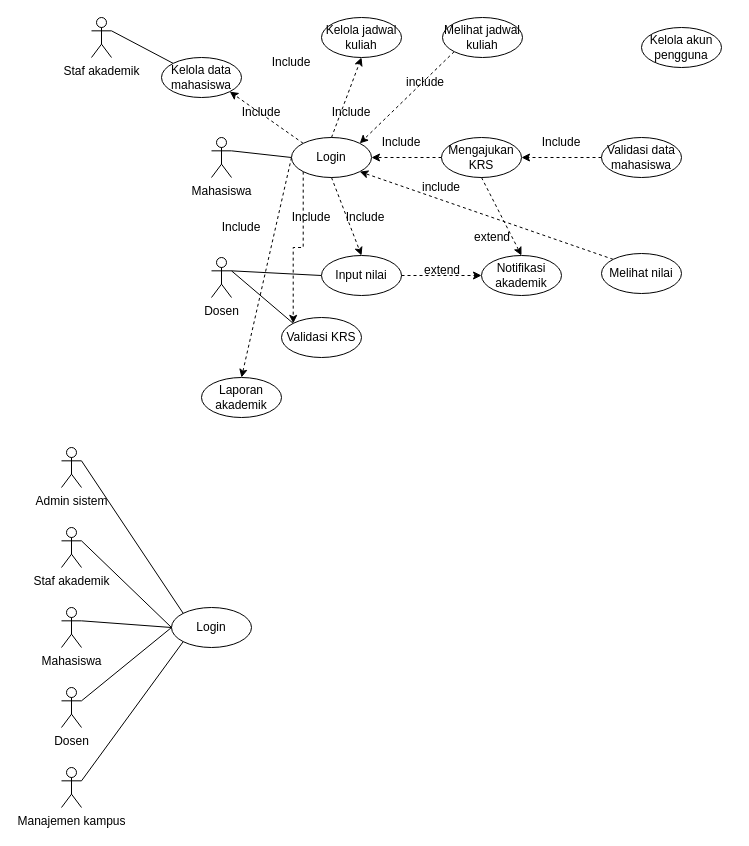
The draw.io diagram Use Case SADS.drawio in yogadwipayana/ERD, before the edit. Source tidied: cells renumbered, new cells numbered last; positions are measured from the earlier drawing's top-left corner, leaving out a move shared by most shapes. Both pictures are drawn from the tidied source at 100%, with x=0, y=0 at pixel (61, 17).
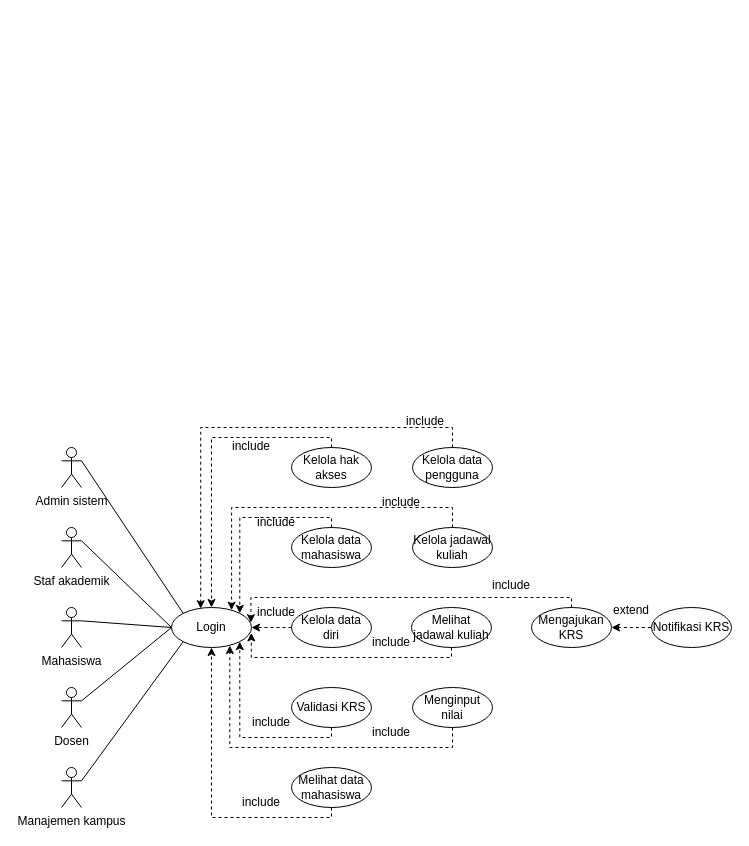
After the change.

The change refers to these unchanged cells:
```xml
<mxCell id="46" value="Login" style="ellipse;whiteSpace=wrap;html=1;fontSize=12;" parent="1" vertex="1">
  <mxGeometry x="110" y="590" width="80" height="40" as="geometry" />
</mxCell>
```

Change to the diagram source:
```diff
@@
-    <mxCell id="2" style="rounded=0;jettySize=auto;html=1;exitX=1;exitY=0.3333333333333333;exitDx=0;exitDy=0;exitPerimeter=0;entryX=0;entryY=0.5;entryDx=0;entryDy=0;endArrow=none;endFill=0;" parent="1" edge="1" source="3" target="16">
-      <mxGeometry relative="1" as="geometry" />
-    </mxCell>
-    <mxCell id="3" value="Dosen" style="shape=umlActor;verticalLabelPosition=bottom;verticalAlign=top;html=1;outlineConnect=0;" parent="1" vertex="1">
-      <mxGeometry x="150" y="240" width="20" height="40" as="geometry" />
-    </mxCell>
@@
-    <mxCell id="5" style="rounded=0;jettySize=auto;html=1;exitX=1;exitY=0.3333333333333333;exitDx=0;exitDy=0;exitPerimeter=0;entryX=0;entryY=0.5;entryDx=0;entryDy=0;endArrow=none;endFill=0;" parent="1" edge="1" source="6" target="26">
-      <mxGeometry relative="1" as="geometry" />
-    </mxCell>
-    <mxCell id="6" value="Mahasiswa" style="shape=umlActor;verticalLabelPosition=bottom;verticalAlign=top;html=1;outlineConnect=0;" parent="1" vertex="1">
-      <mxGeometry x="150" y="120" width="20" height="40" as="geometry" />
-    </mxCell>
@@
-    <mxCell id="8" style="rounded=0;jettySize=auto;html=1;exitX=1;exitY=0.3333333333333333;exitDx=0;exitDy=0;exitPerimeter=0;entryX=0;entryY=0;entryDx=0;entryDy=0;endArrow=none;endFill=0;" parent="1" edge="1" source="9" target="18">
-      <mxGeometry relative="1" as="geometry" />
-    </mxCell>
-    <mxCell id="9" value="Staf akademik" style="shape=umlActor;verticalLabelPosition=bottom;verticalAlign=top;html=1;outlineConnect=0;" parent="1" vertex="1">
-      <mxGeometry x="30" width="20" height="40" as="geometry" />
-    </mxCell>
-    <mxCell id="10" style="edgeStyle=orthogonalEdgeStyle;rounded=0;jettySize=auto;html=1;exitX=0;exitY=0.5;exitDx=0;exitDy=0;entryX=1;entryY=0.5;entryDx=0;entryDy=0;dashed=1;" parent="1" edge="1" source="11" target="26">
-      <mxGeometry relative="1" as="geometry" />
-    </mxCell>
-    <mxCell id="11" value="Mengajukan KRS" style="ellipse;whiteSpace=wrap;html=1;fontSize=12;" parent="1" vertex="1">
-      <mxGeometry x="380" y="120" width="80" height="40" as="geometry" />
-    </mxCell>
-    <mxCell id="12" style="rounded=0;jettySize=auto;html=1;exitX=0;exitY=1;exitDx=0;exitDy=0;entryX=1;entryY=0;entryDx=0;entryDy=0;dashed=1;" parent="1" edge="1" source="13" target="26">
-      <mxGeometry relative="1" as="geometry" />
-    </mxCell>
-    <mxCell id="13" value="Melihat jadwal kuliah" style="ellipse;whiteSpace=wrap;html=1;fontSize=12;" parent="1" vertex="1">
-      <mxGeometry x="381" width="80" height="40" as="geometry" />
-    </mxCell>
-    <mxCell id="14" style="rounded=0;jettySize=auto;html=1;exitX=0;exitY=0;exitDx=0;exitDy=0;entryX=1;entryY=1;entryDx=0;entryDy=0;dashed=1;" parent="1" edge="1" source="15" target="26">
-      <mxGeometry relative="1" as="geometry" />
-    </mxCell>
-    <mxCell id="15" value="Melihat nilai" style="ellipse;whiteSpace=wrap;html=1;fontSize=12;" parent="1" vertex="1">
-      <mxGeometry x="540" y="236" width="80" height="40" as="geometry" />
-    </mxCell>
-    <mxCell id="16" value="Input nilai" style="ellipse;whiteSpace=wrap;html=1;fontSize=12;" parent="1" vertex="1">
-      <mxGeometry x="260" y="238" width="80" height="40" as="geometry" />
-    </mxCell>
-    <mxCell id="17" value="Validasi KRS" style="ellipse;whiteSpace=wrap;html=1;fontSize=12;" parent="1" vertex="1">
-      <mxGeometry x="220" y="300" width="80" height="40" as="geometry" />
-    </mxCell>
-    <mxCell id="18" value="Kelola data mahasiswa" style="ellipse;whiteSpace=wrap;html=1;fontSize=12;" parent="1" vertex="1">
-      <mxGeometry x="100" y="40" width="80" height="40" as="geometry" />
-    </mxCell>
-    <mxCell id="19" value="Kelola jadwal kuliah" style="ellipse;whiteSpace=wrap;html=1;fontSize=12;" parent="1" vertex="1">
-      <mxGeometry x="260" width="80" height="40" as="geometry" />
-    </mxCell>
-    <mxCell id="20" value="Kelola akun pengguna" style="ellipse;whiteSpace=wrap;html=1;fontSize=12;" parent="1" vertex="1">
-      <mxGeometry x="580" y="10" width="80" height="40" as="geometry" />
-    </mxCell>
-    <mxCell id="21" value="Laporan akademik" style="ellipse;whiteSpace=wrap;html=1;fontSize=12;" parent="1" vertex="1">
-      <mxGeometry x="140" y="360" width="80" height="40" as="geometry" />
-    </mxCell>
-    <mxCell id="22" value="Notifikasi akademik" style="ellipse;whiteSpace=wrap;html=1;fontSize=12;" parent="1" vertex="1">
-      <mxGeometry x="420" y="238" width="80" height="40" as="geometry" />
-    </mxCell>
-    <mxCell id="23" style="rounded=0;jettySize=auto;html=1;exitX=0;exitY=0;exitDx=0;exitDy=0;entryX=1;entryY=1;entryDx=0;entryDy=0;dashed=1;" parent="1" edge="1" source="26" target="18">
-      <mxGeometry relative="1" as="geometry" />
-    </mxCell>
-    <mxCell id="24" style="edgeStyle=orthogonalEdgeStyle;rounded=0;jettySize=auto;html=1;exitX=0;exitY=1;exitDx=0;exitDy=0;entryX=0;entryY=0;entryDx=0;entryDy=0;dashed=1;" parent="1" edge="1" source="26" target="17">
-      <mxGeometry relative="1" as="geometry" />
-    </mxCell>
-    <mxCell id="25" style="rounded=0;jettySize=auto;html=1;exitX=0;exitY=0.5;exitDx=0;exitDy=0;entryX=0.5;entryY=0;entryDx=0;entryDy=0;dashed=1;" parent="1" edge="1" source="26" target="21">
-      <mxGeometry relative="1" as="geometry" />
-    </mxCell>
-    <mxCell id="26" value="Login" style="ellipse;whiteSpace=wrap;html=1;fontSize=12;" parent="1" vertex="1">
-      <mxGeometry x="230" y="120" width="80" height="40" as="geometry" />
-    </mxCell>
-    <mxCell id="27" value="Include" style="text;html=1;whiteSpace=wrap;strokeColor=none;fillColor=none;align=center;verticalAlign=middle;rounded=0;" parent="1" vertex="1">
-      <mxGeometry x="310" y="110" width="60" height="30" as="geometry" />
-    </mxCell>
-    <mxCell id="28" style="rounded=0;jettySize=auto;html=1;exitX=0;exitY=0.5;exitDx=0;exitDy=0;entryX=1;entryY=0.5;entryDx=0;entryDy=0;dashed=1;" parent="1" edge="1" source="29" target="11">
-      <mxGeometry relative="1" as="geometry" />
-    </mxCell>
-    <mxCell id="29" value="Validasi data mahasiswa" style="ellipse;whiteSpace=wrap;html=1;fontSize=12;" parent="1" vertex="1">
-      <mxGeometry x="540" y="120" width="80" height="40" as="geometry" />
-    </mxCell>
-    <mxCell id="30" style="rounded=0;jettySize=auto;html=1;exitX=0.5;exitY=1;exitDx=0;exitDy=0;entryX=0.5;entryY=0;entryDx=0;entryDy=0;dashed=1;" parent="1" edge="1" source="26" target="16">
-      <mxGeometry relative="1" as="geometry" />
-    </mxCell>
-    <mxCell id="31" value="Include" style="text;html=1;whiteSpace=wrap;strokeColor=none;fillColor=none;align=center;verticalAlign=middle;rounded=0;" parent="1" vertex="1">
-      <mxGeometry x="274" y="185" width="60" height="30" as="geometry" />
-    </mxCell>
-    <mxCell id="32" style="rounded=0;jettySize=auto;html=1;exitX=0.5;exitY=0;exitDx=0;exitDy=0;entryX=0.5;entryY=1;entryDx=0;entryDy=0;dashed=1;" parent="1" edge="1" source="26" target="19">
-      <mxGeometry relative="1" as="geometry" />
-    </mxCell>
-    <mxCell id="33" value="Include" style="text;html=1;whiteSpace=wrap;strokeColor=none;fillColor=none;align=center;verticalAlign=middle;rounded=0;" parent="1" vertex="1">
-      <mxGeometry x="260" y="80" width="60" height="30" as="geometry" />
-    </mxCell>
-    <mxCell id="34" style="rounded=0;jettySize=auto;html=1;exitX=0.5;exitY=1;exitDx=0;exitDy=0;dashed=1;entryX=0.5;entryY=0;entryDx=0;entryDy=0;" parent="1" edge="1" source="11" target="22">
-      <mxGeometry relative="1" as="geometry" />
-    </mxCell>
-    <mxCell id="35" value="extend" style="text;html=1;whiteSpace=wrap;strokeColor=none;fillColor=none;align=center;verticalAlign=middle;rounded=0;" parent="1" vertex="1">
-      <mxGeometry x="401" y="205" width="60" height="30" as="geometry" />
-    </mxCell>
-    <mxCell id="36" style="edgeStyle=orthogonalEdgeStyle;rounded=0;jettySize=auto;html=1;dashed=1;entryX=0;entryY=0.5;entryDx=0;entryDy=0;exitX=1;exitY=0.5;exitDx=0;exitDy=0;" parent="1" edge="1" source="16" target="22">
-      <mxGeometry relative="1" as="geometry" />
-    </mxCell>
-    <mxCell id="37" value="extend" style="text;html=1;whiteSpace=wrap;strokeColor=none;fillColor=none;align=center;verticalAlign=middle;rounded=0;" parent="1" vertex="1">
-      <mxGeometry x="351" y="238" width="60" height="30" as="geometry" />
-    </mxCell>
-    <mxCell id="38" value="include" style="text;html=1;whiteSpace=wrap;strokeColor=none;fillColor=none;align=center;verticalAlign=middle;rounded=0;" parent="1" vertex="1">
-      <mxGeometry x="334" y="50" width="60" height="30" as="geometry" />
-    </mxCell>
-    <mxCell id="39" value="include" style="text;html=1;whiteSpace=wrap;strokeColor=none;fillColor=none;align=center;verticalAlign=middle;rounded=0;" parent="1" vertex="1">
-      <mxGeometry x="350" y="155" width="60" height="30" as="geometry" />
-    </mxCell>
-    <mxCell id="40" style="rounded=0;jettySize=auto;html=1;exitX=1;exitY=0.3333333333333333;exitDx=0;exitDy=0;exitPerimeter=0;entryX=0;entryY=0;entryDx=0;entryDy=0;endArrow=none;endFill=0;" parent="1" edge="1" source="3" target="17">
-      <mxGeometry relative="1" as="geometry" />
-    </mxCell>
-    <mxCell id="41" value="Include" style="text;html=1;whiteSpace=wrap;strokeColor=none;fillColor=none;align=center;verticalAlign=middle;rounded=0;" parent="1" vertex="1">
-      <mxGeometry x="170" y="80" width="60" height="30" as="geometry" />
-    </mxCell>
-    <mxCell id="42" value="Include" style="text;html=1;whiteSpace=wrap;strokeColor=none;fillColor=none;align=center;verticalAlign=middle;rounded=0;" parent="1" vertex="1">
-      <mxGeometry x="220" y="185" width="60" height="30" as="geometry" />
-    </mxCell>
-    <mxCell id="43" value="Include" style="text;html=1;whiteSpace=wrap;strokeColor=none;fillColor=none;align=center;verticalAlign=middle;rounded=0;" parent="1" vertex="1">
-      <mxGeometry x="150" y="195" width="60" height="30" as="geometry" />
-    </mxCell>
-    <mxCell id="44" value="Include" style="text;html=1;whiteSpace=wrap;strokeColor=none;fillColor=none;align=center;verticalAlign=middle;rounded=0;" parent="1" vertex="1">
-      <mxGeometry x="200" y="30" width="60" height="30" as="geometry" />
-    </mxCell>
-    <mxCell id="45" value="Include" style="text;html=1;whiteSpace=wrap;strokeColor=none;fillColor=none;align=center;verticalAlign=middle;rounded=0;" parent="1" vertex="1">
-      <mxGeometry x="470" y="110" width="60" height="30" as="geometry" />
-    </mxCell>
@@
+    <mxCell id="55" style="rounded=0;jettySize=auto;html=1;exitX=1;exitY=0.5;exitDx=0;exitDy=0;entryX=0;entryY=0.5;entryDx=0;entryDy=0;curved=0;strokeColor=default;startArrow=classic;startFill=1;endArrow=none;endFill=0;dashed=1;" parent="1" edge="1" source="11" target="68">
+      <mxGeometry relative="1" as="geometry" />
+    </mxCell>
+    <mxCell id="11" value="Mengajukan KRS" style="ellipse;whiteSpace=wrap;html=1;fontSize=12;" parent="1" vertex="1">
+      <mxGeometry x="470" y="590" width="80" height="40" as="geometry" />
+    </mxCell>
+    <mxCell id="56" style="edgeStyle=orthogonalEdgeStyle;rounded=0;jettySize=auto;html=1;exitX=0;exitY=0.5;exitDx=0;exitDy=0;entryX=1;entryY=0.5;entryDx=0;entryDy=0;dashed=1;" parent="1" edge="1" source="57" target="46">
+      <mxGeometry relative="1" as="geometry" />
+    </mxCell>
+    <mxCell id="57" value="Kelola data diri" style="ellipse;whiteSpace=wrap;html=1;fontSize=12;" parent="1" vertex="1">
+      <mxGeometry x="230" y="590" width="80" height="40" as="geometry" />
+    </mxCell>
+    <mxCell id="58" value="Melihat jadawal kuliah" style="ellipse;whiteSpace=wrap;html=1;fontSize=12;" parent="1" vertex="1">
+      <mxGeometry x="350" y="590" width="80" height="40" as="geometry" />
+    </mxCell>
+    <mxCell id="59" style="edgeStyle=orthogonalEdgeStyle;rounded=0;jettySize=auto;html=1;exitX=0.5;exitY=1;exitDx=0;exitDy=0;entryX=1;entryY=1;entryDx=0;entryDy=0;dashed=1;" parent="1" edge="1" source="17" target="46">
+      <mxGeometry relative="1" as="geometry">
+        <Array as="points">
+          <mxPoint x="270" y="720" />
+          <mxPoint x="178" y="720" />
+        </Array>
+      </mxGeometry>
+    </mxCell>
+    <mxCell id="17" value="Validasi KRS" style="ellipse;whiteSpace=wrap;html=1;fontSize=12;" parent="1" vertex="1">
+      <mxGeometry x="230" y="670" width="80" height="40" as="geometry" />
+    </mxCell>
+    <mxCell id="60" value="Menginput nilai" style="ellipse;whiteSpace=wrap;html=1;fontSize=12;" parent="1" vertex="1">
+      <mxGeometry x="351" y="670" width="80" height="40" as="geometry" />
+    </mxCell>
+    <mxCell id="61" style="edgeStyle=orthogonalEdgeStyle;rounded=0;jettySize=auto;html=1;exitX=0.5;exitY=0;exitDx=0;exitDy=0;entryX=1;entryY=0;entryDx=0;entryDy=0;dashed=1;" parent="1" edge="1" source="18" target="46">
+      <mxGeometry relative="1" as="geometry">
+        <Array as="points">
+          <mxPoint x="270" y="500" />
+          <mxPoint x="178" y="500" />
+        </Array>
+      </mxGeometry>
+    </mxCell>
+    <mxCell id="18" value="Kelola data mahasiswa" style="ellipse;whiteSpace=wrap;html=1;fontSize=12;" parent="1" vertex="1">
+      <mxGeometry x="230" y="510" width="80" height="40" as="geometry" />
+    </mxCell>
+    <mxCell id="62" value="Kelola jadawal kuliah" style="ellipse;whiteSpace=wrap;html=1;fontSize=12;" parent="1" vertex="1">
+      <mxGeometry x="351" y="510" width="80" height="40" as="geometry" />
+    </mxCell>
+    <mxCell id="63" style="edgeStyle=orthogonalEdgeStyle;rounded=0;jettySize=auto;html=1;exitX=0.5;exitY=0;exitDx=0;exitDy=0;entryX=0.5;entryY=0;entryDx=0;entryDy=0;dashed=1;" parent="1" edge="1" source="64" target="46">
+      <mxGeometry relative="1" as="geometry">
+        <Array as="points">
+          <mxPoint x="270" y="420" />
+          <mxPoint x="150" y="420" />
+        </Array>
+      </mxGeometry>
+    </mxCell>
+    <mxCell id="64" value="Kelola hak akses" style="ellipse;whiteSpace=wrap;html=1;fontSize=12;" parent="1" vertex="1">
+      <mxGeometry x="230" y="430" width="80" height="40" as="geometry" />
+    </mxCell>
+    <mxCell id="65" value="Kelola data pengguna" style="ellipse;whiteSpace=wrap;html=1;fontSize=12;" parent="1" vertex="1">
+      <mxGeometry x="351" y="430" width="80" height="40" as="geometry" />
+    </mxCell>
+    <mxCell id="66" style="edgeStyle=orthogonalEdgeStyle;rounded=0;jettySize=auto;html=1;exitX=0.5;exitY=1;exitDx=0;exitDy=0;entryX=0.5;entryY=1;entryDx=0;entryDy=0;dashed=1;" parent="1" edge="1" source="67" target="46">
+      <mxGeometry relative="1" as="geometry">
+        <Array as="points">
+          <mxPoint x="270" y="800" />
+          <mxPoint x="150" y="800" />
+        </Array>
+      </mxGeometry>
+    </mxCell>
+    <mxCell id="67" value="Melihat data mahasiswa" style="ellipse;whiteSpace=wrap;html=1;fontSize=12;" parent="1" vertex="1">
+      <mxGeometry x="230" y="750" width="80" height="40" as="geometry" />
+    </mxCell>
+    <mxCell id="68" value="Notifikasi KRS" style="ellipse;whiteSpace=wrap;html=1;fontSize=12;" parent="1" vertex="1">
+      <mxGeometry x="590" y="590" width="80" height="40" as="geometry" />
+    </mxCell>
+    <mxCell id="69" value="extend" style="text;html=1;whiteSpace=wrap;strokeColor=none;fillColor=none;align=center;verticalAlign=middle;rounded=0;" parent="1" vertex="1">
+      <mxGeometry x="540" y="578" width="60" height="30" as="geometry" />
+    </mxCell>
+    <mxCell id="70" value="include" style="text;html=1;whiteSpace=wrap;strokeColor=none;fillColor=none;align=center;verticalAlign=middle;rounded=0;" parent="1" vertex="1">
+      <mxGeometry x="170" y="770" width="60" height="30" as="geometry" />
+    </mxCell>
+    <mxCell id="71" style="edgeStyle=orthogonalEdgeStyle;rounded=0;jettySize=auto;html=1;exitX=0.5;exitY=1;exitDx=0;exitDy=0;entryX=0.729;entryY=0.951;entryDx=0;entryDy=0;entryPerimeter=0;dashed=1;" parent="1" edge="1" source="60" target="46">
+      <mxGeometry relative="1" as="geometry" />
+    </mxCell>
+    <mxCell id="72" value="include" style="text;html=1;whiteSpace=wrap;strokeColor=none;fillColor=none;align=center;verticalAlign=middle;rounded=0;" parent="1" vertex="1">
+      <mxGeometry x="300" y="700" width="60" height="30" as="geometry" />
+    </mxCell>
+    <mxCell id="73" value="include" style="text;html=1;whiteSpace=wrap;strokeColor=none;fillColor=none;align=center;verticalAlign=middle;rounded=0;" parent="1" vertex="1">
+      <mxGeometry x="180" y="690" width="60" height="30" as="geometry" />
+    </mxCell>
+    <mxCell id="74" style="edgeStyle=orthogonalEdgeStyle;rounded=0;jettySize=auto;html=1;exitX=0.5;exitY=1;exitDx=0;exitDy=0;entryX=0.998;entryY=0.636;entryDx=0;entryDy=0;entryPerimeter=0;dashed=1;" parent="1" edge="1" source="58" target="46">
+      <mxGeometry relative="1" as="geometry">
+        <Array as="points">
+          <mxPoint x="390" y="640" />
+          <mxPoint x="190" y="640" />
+        </Array>
+      </mxGeometry>
+    </mxCell>
+    <mxCell id="75" style="edgeStyle=orthogonalEdgeStyle;rounded=0;jettySize=auto;html=1;exitX=0.5;exitY=0;exitDx=0;exitDy=0;entryX=0.993;entryY=0.379;entryDx=0;entryDy=0;entryPerimeter=0;dashed=1;" parent="1" edge="1" source="11" target="46">
+      <mxGeometry relative="1" as="geometry">
+        <Array as="points">
+          <mxPoint x="510" y="580" />
+          <mxPoint x="189" y="580" />
+        </Array>
+      </mxGeometry>
+    </mxCell>
+    <mxCell id="76" value="include" style="text;html=1;whiteSpace=wrap;strokeColor=none;fillColor=none;align=center;verticalAlign=middle;rounded=0;" parent="1" vertex="1">
+      <mxGeometry x="300" y="610" width="60" height="30" as="geometry" />
+    </mxCell>
+    <mxCell id="77" value="include" style="text;html=1;whiteSpace=wrap;strokeColor=none;fillColor=none;align=center;verticalAlign=middle;rounded=0;" parent="1" vertex="1">
+      <mxGeometry x="185" y="580" width="60" height="30" as="geometry" />
+    </mxCell>
+    <mxCell id="78" value="include" style="text;html=1;whiteSpace=wrap;strokeColor=none;fillColor=none;align=center;verticalAlign=middle;rounded=0;" parent="1" vertex="1">
+      <mxGeometry x="420" y="553" width="60" height="30" as="geometry" />
+    </mxCell>
+    <mxCell id="79" style="edgeStyle=orthogonalEdgeStyle;rounded=0;jettySize=auto;html=1;exitX=0.5;exitY=0;exitDx=0;exitDy=0;entryX=0.751;entryY=0.067;entryDx=0;entryDy=0;entryPerimeter=0;dashed=1;" parent="1" edge="1" source="62" target="46">
+      <mxGeometry relative="1" as="geometry" />
+    </mxCell>
+    <mxCell id="80" style="edgeStyle=orthogonalEdgeStyle;rounded=0;jettySize=auto;html=1;exitX=0.5;exitY=0;exitDx=0;exitDy=0;entryX=0.365;entryY=0.029;entryDx=0;entryDy=0;entryPerimeter=0;dashed=1;" parent="1" edge="1" source="65" target="46">
+      <mxGeometry relative="1" as="geometry" />
+    </mxCell>
+    <mxCell id="81" value="include" style="text;html=1;whiteSpace=wrap;strokeColor=none;fillColor=none;align=center;verticalAlign=middle;rounded=0;" parent="1" vertex="1">
+      <mxGeometry x="310" y="470" width="60" height="30" as="geometry" />
+    </mxCell>
+    <mxCell id="82" value="include" style="text;html=1;whiteSpace=wrap;strokeColor=none;fillColor=none;align=center;verticalAlign=middle;rounded=0;" parent="1" vertex="1">
+      <mxGeometry x="185" y="490" width="60" height="30" as="geometry" />
+    </mxCell>
+    <mxCell id="83" value="include" style="text;html=1;whiteSpace=wrap;strokeColor=none;fillColor=none;align=center;verticalAlign=middle;rounded=0;" parent="1" vertex="1">
+      <mxGeometry x="334" y="389" width="60" height="30" as="geometry" />
+    </mxCell>
+    <mxCell id="84" value="include" style="text;html=1;whiteSpace=wrap;strokeColor=none;fillColor=none;align=center;verticalAlign=middle;rounded=0;" parent="1" vertex="1">
+      <mxGeometry x="160" y="414" width="60" height="30" as="geometry" />
+    </mxCell>
```
